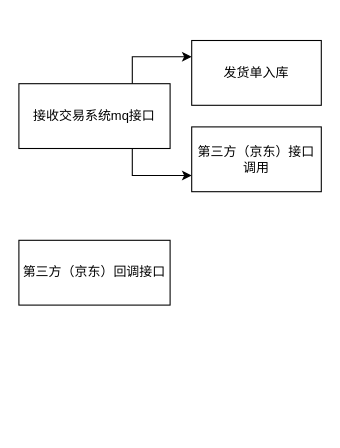
Earlier version of the draw.io diagram Untitled Diagram.drawio (yindongjun/drawio-2). Source tidied: cells renumbered, new cells numbered last; positions are measured from the earlier drawing's top-left corner, leaving out a move shared by most shapes. Both pictures are drawn from the tidied source at 108%, with x=0, y=0 at pixel (18, 40).
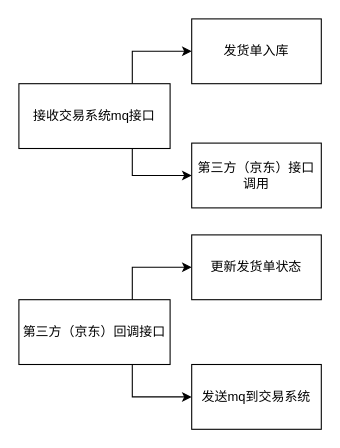
The same diagram, later.

Change to the diagram source:
```diff
@@
 <mxGraphModel background="#ffffff">
   <root>
     <mxCell id="0" />
     <mxCell id="1" parent="0" />
-    <mxCell id="2" style="edgeStyle=orthogonalEdgeStyle;rounded=0;jettySize=auto;html=1;exitX=0.75;exitY=1;exitDx=0;exitDy=0;entryX=0;entryY=0.75;entryDx=0;entryDy=0;" parent="1" edge="1" source="4" target="7">
+    <mxCell id="2" style="edgeStyle=orthogonalEdgeStyle;rounded=0;jettySize=auto;html=1;exitX=0.75;exitY=1;exitDx=0;exitDy=0;entryX=0;entryY=0.5;entryDx=0;entryDy=0;" parent="1" edge="1" source="4" target="7">
       <mxGeometry relative="1" as="geometry" />
     </mxCell>
-    <mxCell id="3" style="edgeStyle=orthogonalEdgeStyle;rounded=0;jettySize=auto;html=1;exitX=0.75;exitY=0;exitDx=0;exitDy=0;entryX=0;entryY=0.25;entryDx=0;entryDy=0;" parent="1" edge="1" source="4" target="6">
+    <mxCell id="3" style="edgeStyle=orthogonalEdgeStyle;rounded=0;jettySize=auto;html=1;exitX=0.75;exitY=0;exitDx=0;exitDy=0;entryX=0;entryY=0.5;entryDx=0;entryDy=0;" parent="1" edge="1" source="4" target="6">
       <mxGeometry relative="1" as="geometry" />
     </mxCell>
     <mxCell id="4" value="接收交易系统mq接口" style="rounded=0;whiteSpace=wrap;html=1;" parent="1" vertex="1">
       <mxGeometry y="40" width="140" height="60" as="geometry" />
     </mxCell>
+    <mxCell id="8" style="edgeStyle=orthogonalEdgeStyle;rounded=0;jettySize=auto;html=1;exitX=0.75;exitY=1;exitDx=0;exitDy=0;entryX=0;entryY=0.5;entryDx=0;entryDy=0;" parent="1" edge="1" source="5" target="11">
+      <mxGeometry relative="1" as="geometry" />
+    </mxCell>
+    <mxCell id="9" style="edgeStyle=orthogonalEdgeStyle;rounded=0;jettySize=auto;html=1;exitX=0.75;exitY=0;exitDx=0;exitDy=0;entryX=0;entryY=0.5;entryDx=0;entryDy=0;" parent="1" edge="1" source="5" target="10">
+      <mxGeometry relative="1" as="geometry" />
+    </mxCell>
     <mxCell id="5" value="第三方（京东）回调接口" style="rounded=0;whiteSpace=wrap;html=1;" parent="1" vertex="1">
-      <mxGeometry y="185" width="140" height="60" as="geometry" />
+      <mxGeometry y="240" width="140" height="60" as="geometry" />
     </mxCell>
     <mxCell id="6" value="发货单入库" style="rounded=0;whiteSpace=wrap;html=1;" parent="1" vertex="1">
-      <mxGeometry x="160" width="120" height="60" as="geometry" />
+      <mxGeometry x="160" y="-20" width="120" height="60" as="geometry" />
     </mxCell>
     <mxCell id="7" value="第三方（京东）接口调用" style="rounded=0;whiteSpace=wrap;html=1;" parent="1" vertex="1">
-      <mxGeometry x="160" y="80" width="120" height="60" as="geometry" />
+      <mxGeometry x="160" y="95" width="120" height="60" as="geometry" />
     </mxCell>
+    <mxCell id="10" value="更新发货单状态" style="rounded=0;whiteSpace=wrap;html=1;" parent="1" vertex="1">
+      <mxGeometry x="160" y="180" width="120" height="60" as="geometry" />
+    </mxCell>
+    <mxCell id="11" value="发送mq到交易系统" style="rounded=0;whiteSpace=wrap;html=1;" parent="1" vertex="1">
+      <mxGeometry x="160" y="300" width="120" height="60" as="geometry" />
+    </mxCell>
   </root>
 </mxGraphModel>
```
